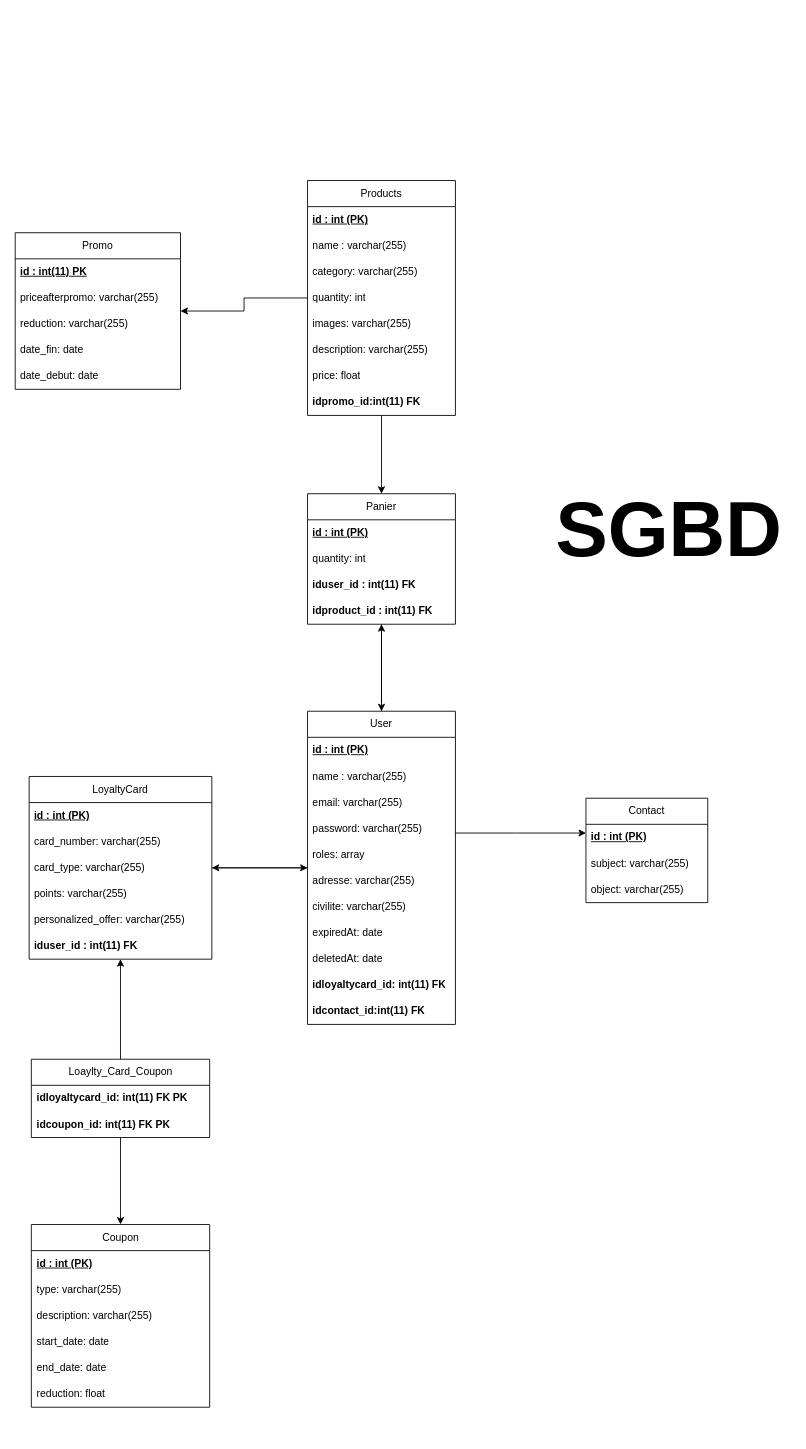
This is officiel/v2/MPDv2 Vitality draw.drawio from BanggEddy/UML-MeriseVitality, a draw.io file, before an edit. Source tidied: cells renumbered, new cells numbered last; positions are measured from the earlier drawing's top-left corner, leaving out a move shared by most shapes. Both pictures are drawn from the tidied source at 87%, with x=0, y=0 at pixel (15, 180).
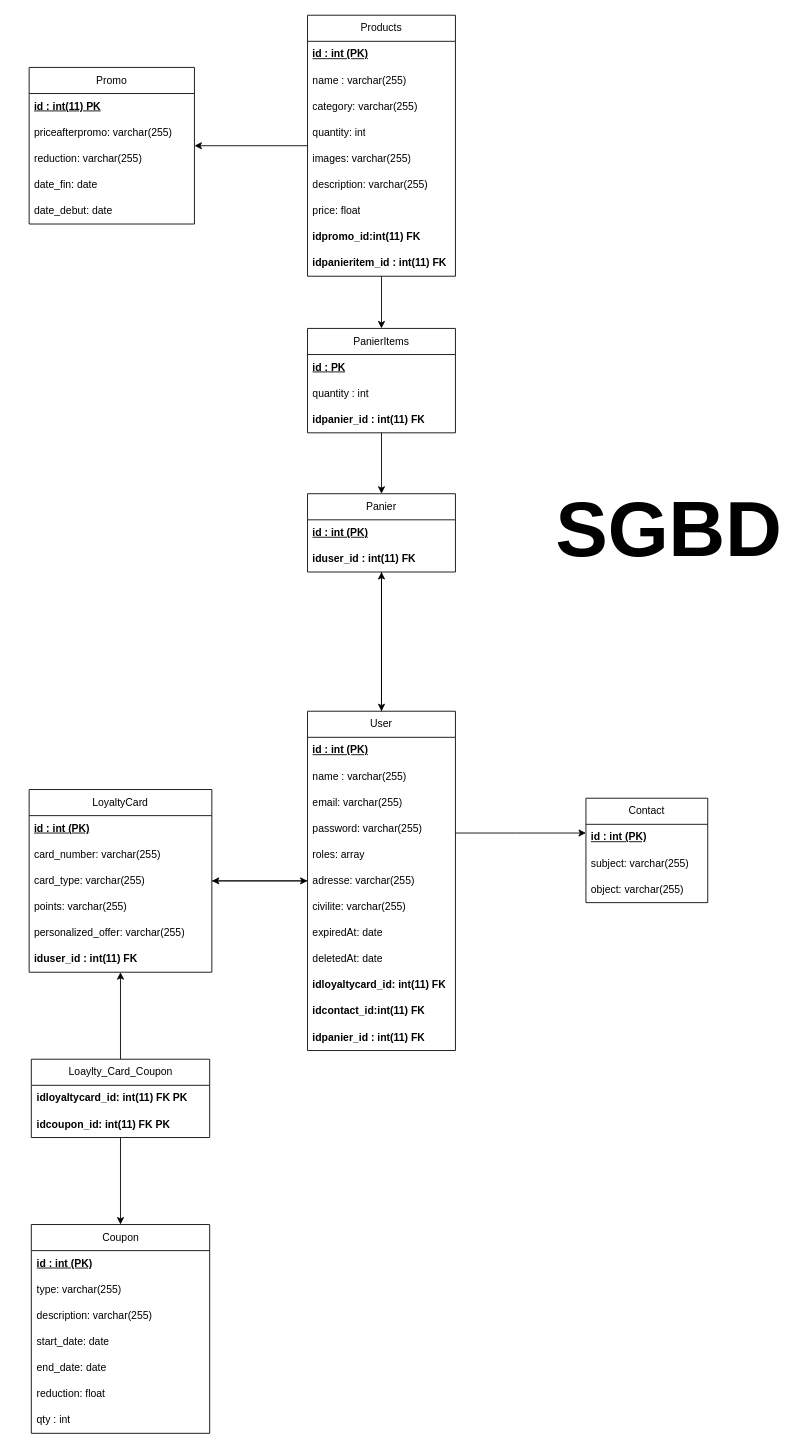
The same diagram, later.

The edit, as a diff of the source:
```diff
@@
     <mxCell id="6" value="Coupon" style="swimlane;fontStyle=0;horizontal=1;startSize=30;whiteSpace=wrap;html=1;" parent="1" vertex="1">
-      <mxGeometry x="18.5" y="1200" width="205" height="210" as="geometry" />
+      <mxGeometry x="18.5" y="1200" width="205" height="240" as="geometry" />
     </mxCell>
@@
+    <mxCell id="65" value="qty : int" style="text;strokeColor=none;fillColor=none;align=left;verticalAlign=middle;spacingLeft=4;spacingRight=4;overflow=hidden;whiteSpace=wrap;html=1;" parent="6" vertex="1">
+      <mxGeometry y="210" width="205" height="30" as="geometry" />
+    </mxCell>
@@
     <mxCell id="14" value="LoyaltyCard" style="swimlane;fontStyle=0;horizontal=1;startSize=30;whiteSpace=wrap;html=1;" parent="1" vertex="1">
-      <mxGeometry x="16" y="685" width="210" height="210" as="geometry" />
+      <mxGeometry x="16" y="700" width="210" height="210" as="geometry" />
     </mxCell>
@@
-    <mxCell id="21" style="edgeStyle=orthogonalEdgeStyle;rounded=0;jettySize=auto;html=1;" parent="1" edge="1" source="23" target="53">
-      <mxGeometry relative="1" as="geometry" />
-    </mxCell>
@@
+    <mxCell id="66" style="edgeStyle=orthogonalEdgeStyle;rounded=0;jettySize=auto;html=1;" parent="1" edge="1" source="23" target="70">
+      <mxGeometry relative="1" as="geometry" />
+    </mxCell>
     <mxCell id="23" value="Products" style="swimlane;fontStyle=0;horizontal=1;startSize=30;whiteSpace=wrap;html=1;" parent="1" vertex="1">
-      <mxGeometry x="336" width="170" height="270" as="geometry" />
+      <mxGeometry x="336" y="-190" width="170" height="300" as="geometry" />
     </mxCell>
@@
+    <mxCell id="67" value="&lt;span style=&quot;font-weight: 700;&quot;&gt;idpanieritem_id : int(11) FK&lt;/span&gt;" style="text;strokeColor=none;fillColor=none;align=left;verticalAlign=middle;spacingLeft=4;spacingRight=4;overflow=hidden;whiteSpace=wrap;html=1;" parent="23" vertex="1">
+      <mxGeometry y="270" width="170" height="30" as="geometry" />
+    </mxCell>
     <mxCell id="32" value="Promo" style="swimlane;fontStyle=0;horizontal=1;startSize=30;whiteSpace=wrap;html=1;" parent="1" vertex="1">
-      <mxGeometry y="60" width="190" height="180" as="geometry" />
+      <mxGeometry x="16" y="-130" width="190" height="180" as="geometry" />
     </mxCell>
@@
     <mxCell id="40" value="User" style="swimlane;fontStyle=0;horizontal=1;startSize=30;whiteSpace=wrap;html=1;" parent="1" vertex="1">
-      <mxGeometry x="336" y="610" width="170" height="360" as="geometry" />
+      <mxGeometry x="336" y="610" width="170" height="390" as="geometry" />
     </mxCell>
@@
+    <mxCell id="68" value="idpanier_id : int(11) FK" style="text;strokeColor=none;fillColor=none;align=left;verticalAlign=middle;spacingLeft=4;spacingRight=4;overflow=hidden;whiteSpace=wrap;html=1;fontStyle=1;" parent="40" vertex="1">
+      <mxGeometry y="360" width="170" height="30" as="geometry" />
+    </mxCell>
@@
     <mxCell id="53" value="Panier" style="swimlane;fontStyle=0;horizontal=1;startSize=30;whiteSpace=wrap;html=1;" parent="1" vertex="1">
-      <mxGeometry x="336" y="360" width="170" height="150" as="geometry" />
+      <mxGeometry x="336" y="360" width="170" height="90" as="geometry" />
     </mxCell>
@@
-    <mxCell id="55" value="quantity: int" style="text;strokeColor=none;fillColor=none;align=left;verticalAlign=middle;spacingLeft=4;spacingRight=4;overflow=hidden;whiteSpace=wrap;html=1;" parent="53" vertex="1">
-      <mxGeometry y="60" width="170" height="30" as="geometry" />
-    </mxCell>
     <mxCell id="56" value="iduser_id : int(11) FK" style="text;strokeColor=none;fillColor=none;align=left;verticalAlign=middle;spacingLeft=4;spacingRight=4;overflow=hidden;whiteSpace=wrap;html=1;fontStyle=1;" parent="53" vertex="1">
-      <mxGeometry y="90" width="170" height="30" as="geometry" />
+      <mxGeometry y="60" width="170" height="30" as="geometry" />
     </mxCell>
-    <mxCell id="57" value="idproduct_id : int(11) FK" style="text;strokeColor=none;fillColor=none;align=left;verticalAlign=middle;spacingLeft=4;spacingRight=4;overflow=hidden;whiteSpace=wrap;html=1;fontStyle=1;" parent="53" vertex="1">
-      <mxGeometry y="120" width="170" height="30" as="geometry" />
-    </mxCell>
@@
+    <mxCell id="69" style="edgeStyle=orthogonalEdgeStyle;rounded=0;jettySize=auto;html=1;" parent="1" edge="1" source="70" target="53">
+      <mxGeometry relative="1" as="geometry" />
+    </mxCell>
+    <mxCell id="70" value="PanierItems" style="swimlane;fontStyle=0;horizontal=1;startSize=30;whiteSpace=wrap;html=1;" parent="1" vertex="1">
+      <mxGeometry x="336" y="170" width="170" height="120" as="geometry" />
+    </mxCell>
+    <mxCell id="71" value="&lt;b&gt;&lt;u&gt;id : PK&lt;/u&gt;&lt;/b&gt;" style="text;strokeColor=none;fillColor=none;align=left;verticalAlign=middle;spacingLeft=4;spacingRight=4;overflow=hidden;whiteSpace=wrap;html=1;" parent="70" vertex="1">
+      <mxGeometry y="30" width="170" height="30" as="geometry" />
+    </mxCell>
+    <mxCell id="72" value="quantity : int" style="text;strokeColor=none;fillColor=none;align=left;verticalAlign=middle;spacingLeft=4;spacingRight=4;overflow=hidden;whiteSpace=wrap;html=1;" parent="70" vertex="1">
+      <mxGeometry y="60" width="170" height="30" as="geometry" />
+    </mxCell>
+    <mxCell id="73" value="&lt;b&gt;idpanier_id : int(11) FK&lt;/b&gt;" style="text;strokeColor=none;fillColor=none;align=left;verticalAlign=middle;spacingLeft=4;spacingRight=4;overflow=hidden;whiteSpace=wrap;html=1;" parent="70" vertex="1">
+      <mxGeometry y="90" width="170" height="30" as="geometry" />
+    </mxCell>
```
